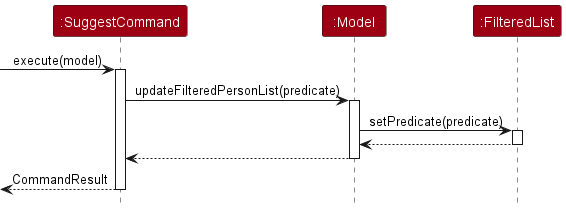
Earlier version of the PlantUML export docs/images/SuggestFriendSequenceDiagram.png (nus-cs2103-AY2223S1/tp).
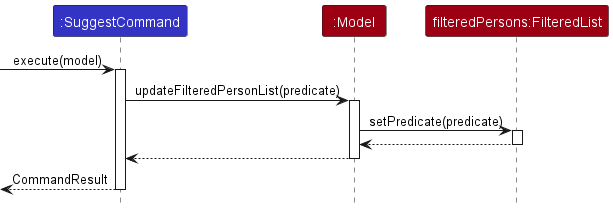
After the change.

The edit, as a diff of the source:
```diff
@@ -1,9 +1,9 @@
 @startuml
 !include style.puml
 
-participant ":SuggestCommand" as SuggestCommand MODEL_COLOR
+participant ":SuggestCommand" as SuggestCommand LOGIC_COLOR
 participant ":Model" as Model MODEL_COLOR
-participant ":FilteredList" as FilteredList MODEL_COLOR
+participant "filteredPersons:FilteredList" as FilteredList MODEL_COLOR
 
 [-> SuggestCommand: execute(model)
 activate SuggestCommand
```
